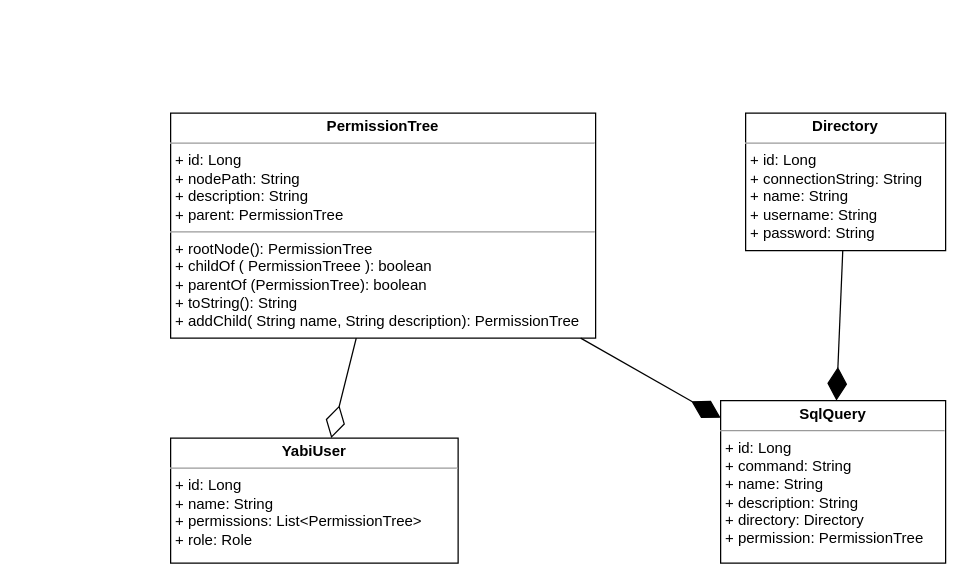
The draw.io diagram images/diagramas/class_full.drawio in hydrocat/Master-Project, before the edit. Source tidied: cells renumbered, new cells numbered last; positions are measured from the earlier drawing's top-left corner, leaving out a move shared by most shapes. Both pictures are drawn from the tidied source at 125%, with x=0, y=0 at pixel (170, 112).
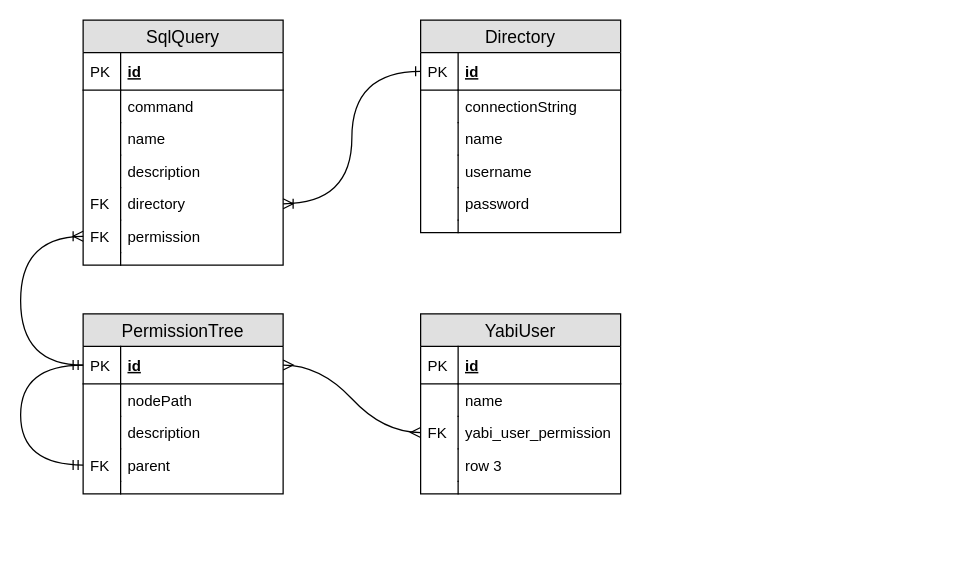
The same page after the edit.

Diff of the diagram source:
```diff
@@
-    <mxCell id="2" value="&lt;p style=&quot;margin: 0px ; margin-top: 4px ; text-align: center&quot;&gt;&lt;b&gt;Directory&lt;/b&gt;&lt;br&gt;&lt;/p&gt;&lt;hr size=&quot;1&quot;&gt;&lt;p style=&quot;margin: 0px ; margin-left: 4px&quot;&gt;+ id: Long&lt;/p&gt;&lt;p style=&quot;margin: 0px ; margin-left: 4px&quot;&gt;+ connectionString: String&lt;/p&gt;&lt;p style=&quot;margin: 0px ; margin-left: 4px&quot;&gt;+ name: String&lt;/p&gt;&lt;p style=&quot;margin: 0px ; margin-left: 4px&quot;&gt;+ username: String&lt;/p&gt;&lt;p style=&quot;margin: 0px ; margin-left: 4px&quot;&gt;+ password: String&lt;br&gt;&lt;/p&gt;" style="verticalAlign=top;align=left;overflow=fill;fontSize=12;fontFamily=Helvetica;html=1;" parent="1" vertex="1">
-      <mxGeometry x="460" width="160" height="110" as="geometry" />
-    </mxCell>
-    <mxCell id="3" value="&lt;p style=&quot;margin: 0px ; margin-top: 4px ; text-align: center&quot;&gt;&lt;b&gt;PermissionTree&lt;/b&gt;&lt;br&gt;&lt;/p&gt;&lt;hr size=&quot;1&quot;&gt;&lt;p style=&quot;margin: 0px ; margin-left: 4px&quot;&gt;+ id: Long&lt;/p&gt;&lt;p style=&quot;margin: 0px ; margin-left: 4px&quot;&gt;+ nodePath: String&lt;/p&gt;&lt;p style=&quot;margin: 0px ; margin-left: 4px&quot;&gt;+ description: String&lt;/p&gt;&lt;p style=&quot;margin: 0px ; margin-left: 4px&quot;&gt;+ parent: PermissionTree&lt;br&gt;&lt;/p&gt;&lt;hr size=&quot;1&quot;&gt;&lt;p style=&quot;margin: 0px ; margin-left: 4px&quot;&gt;+ rootNode(): PermissionTree&lt;/p&gt;&lt;p style=&quot;margin: 0px ; margin-left: 4px&quot;&gt;+ childOf ( PermissionTreee ): boolean&lt;/p&gt;&lt;p style=&quot;margin: 0px ; margin-left: 4px&quot;&gt;+ parentOf (PermissionTree): boolean&lt;/p&gt;&lt;p style=&quot;margin: 0px ; margin-left: 4px&quot;&gt;+ toString(): String&lt;/p&gt;&lt;p style=&quot;margin: 0px ; margin-left: 4px&quot;&gt;+ addChild( String name, String description): PermissionTree&lt;br&gt;&lt;/p&gt;" style="verticalAlign=top;align=left;overflow=fill;fontSize=12;fontFamily=Helvetica;html=1;" parent="1" vertex="1">
-      <mxGeometry width="340" height="180" as="geometry" />
-    </mxCell>
-    <mxCell id="4" value="&lt;p style=&quot;margin: 0px ; margin-top: 4px ; text-align: center&quot;&gt;&lt;b&gt;SqlQuery&lt;/b&gt;&lt;/p&gt;&lt;hr size=&quot;1&quot;&gt;&lt;p style=&quot;margin: 0px ; margin-left: 4px&quot;&gt;+ id: Long&lt;/p&gt;&lt;p style=&quot;margin: 0px ; margin-left: 4px&quot;&gt;+ command: String&lt;/p&gt;&lt;p style=&quot;margin: 0px ; margin-left: 4px&quot;&gt;+ name: String&lt;/p&gt;&lt;p style=&quot;margin: 0px ; margin-left: 4px&quot;&gt;+ description: String&lt;/p&gt;&lt;p style=&quot;margin: 0px ; margin-left: 4px&quot;&gt;+ directory: Directory&lt;/p&gt;&lt;p style=&quot;margin: 0px ; margin-left: 4px&quot;&gt;+ permission: PermissionTree&lt;/p&gt;" style="verticalAlign=top;align=left;overflow=fill;fontSize=12;fontFamily=Helvetica;html=1;" parent="1" vertex="1">
-      <mxGeometry x="440" y="230" width="180" height="130" as="geometry" />
-    </mxCell>
-    <mxCell id="5" value="&lt;p style=&quot;margin: 0px ; margin-top: 4px ; text-align: center&quot;&gt;&lt;b&gt;YabiUser&lt;br&gt;&lt;/b&gt;&lt;/p&gt;&lt;hr size=&quot;1&quot;&gt;&lt;p style=&quot;margin: 0px ; margin-left: 4px&quot;&gt;+ id: Long&lt;/p&gt;&lt;p style=&quot;margin: 0px ; margin-left: 4px&quot;&gt;+ name: String&lt;/p&gt;&lt;p style=&quot;margin: 0px ; margin-left: 4px&quot;&gt;+ permissions: List&amp;lt;PermissionTree&amp;gt;&lt;/p&gt;&lt;p style=&quot;margin: 0px ; margin-left: 4px&quot;&gt;+ role: Role&lt;br&gt;&lt;/p&gt;" style="verticalAlign=top;align=left;overflow=fill;fontSize=12;fontFamily=Helvetica;html=1;" parent="1" vertex="1">
-      <mxGeometry y="260" width="230" height="100" as="geometry" />
-    </mxCell>
-    <mxCell id="6" style="endArrow=diamondThin;endFill=1;endSize=24;html=1;" parent="1" edge="1" source="3" target="4">
-      <mxGeometry relative="1" as="geometry" />
-    </mxCell>
-    <mxCell id="7" style="endArrow=diamondThin;endFill=0;endSize=24;html=1;" parent="1" edge="1">
-      <mxGeometry relative="1" as="geometry">
-        <mxPoint x="148.5" y="180" as="sourcePoint" />
-        <mxPoint x="128.5" y="260" as="targetPoint" />
-      </mxGeometry>
-    </mxCell>
-    <mxCell id="8" style="endArrow=diamondThin;endFill=1;endSize=24;html=1;" parent="1" edge="1" source="2" target="4">
-      <mxGeometry relative="1" as="geometry" />
-    </mxCell>
+    <mxCell id="9" value="PermissionTree" style="swimlane;fontStyle=0;horizontal=1;startSize=26;fillColor=#e0e0e0;swimlaneFillColor=#ffffff;align=center;fontSize=14;" parent="1" vertex="1">
+      <mxGeometry x="-70" y="160.5" width="160" height="144" as="geometry" />
+    </mxCell>
+    <mxCell id="10" value="id" style="shape=partialRectangle;top=0;left=0;right=0;bottom=1;align=left;verticalAlign=middle;fillColor=none;spacingLeft=34;spacingRight=4;overflow=hidden;points=[[0,0.5],[1,0.5]];portConstraint=eastwest;fontStyle=5;fontSize=12;" parent="9" vertex="1">
+      <mxGeometry y="26" width="160" height="30" as="geometry" />
+    </mxCell>
+    <mxCell id="11" value="PK" style="shape=partialRectangle;top=0;left=0;bottom=0;fillColor=none;align=left;verticalAlign=middle;spacingLeft=4;spacingRight=4;overflow=hidden;fontSize=12;" parent="10" vertex="1">
+      <mxGeometry width="30" height="30" as="geometry" />
+    </mxCell>
+    <mxCell id="12" value="nodePath" style="shape=partialRectangle;top=0;left=0;right=0;bottom=0;align=left;verticalAlign=top;fillColor=none;spacingLeft=34;spacingRight=4;overflow=hidden;fontSize=12;" parent="9" vertex="1">
+      <mxGeometry y="56" width="160" height="26" as="geometry" />
+    </mxCell>
+    <mxCell id="13" style="shape=partialRectangle;top=0;left=0;bottom=0;fillColor=none;align=left;verticalAlign=top;spacingLeft=4;spacingRight=4;overflow=hidden;fontSize=12;" parent="12" vertex="1">
+      <mxGeometry width="30" height="26" as="geometry" />
+    </mxCell>
+    <mxCell id="14" value="description" style="shape=partialRectangle;top=0;left=0;right=0;bottom=0;align=left;verticalAlign=top;fillColor=none;spacingLeft=34;spacingRight=4;overflow=hidden;fontSize=12;" parent="9" vertex="1">
+      <mxGeometry y="82" width="160" height="26" as="geometry" />
+    </mxCell>
+    <mxCell id="15" style="shape=partialRectangle;top=0;left=0;bottom=0;fillColor=none;align=left;verticalAlign=top;spacingLeft=4;spacingRight=4;overflow=hidden;fontSize=12;" parent="14" vertex="1">
+      <mxGeometry width="30" height="26" as="geometry" />
+    </mxCell>
+    <mxCell id="16" value="parent" style="shape=partialRectangle;top=0;left=0;right=0;bottom=0;align=left;verticalAlign=top;fillColor=none;spacingLeft=34;spacingRight=4;overflow=hidden;points=[[0,0.5],[1,0.5]];portConstraint=eastwest;fontSize=12;" parent="9" vertex="1">
+      <mxGeometry y="108" width="160" height="26" as="geometry" />
+    </mxCell>
+    <mxCell id="17" value="FK" style="shape=partialRectangle;top=0;left=0;bottom=0;fillColor=none;align=left;verticalAlign=top;spacingLeft=4;spacingRight=4;overflow=hidden;fontSize=12;" parent="16" vertex="1">
+      <mxGeometry width="30" height="26" as="geometry" />
+    </mxCell>
+    <mxCell id="18" style="shape=partialRectangle;top=0;left=0;right=0;bottom=0;align=left;verticalAlign=top;fillColor=none;spacingLeft=34;spacingRight=4;overflow=hidden;fontSize=12;" parent="9" vertex="1">
+      <mxGeometry y="134" width="160" height="10" as="geometry" />
+    </mxCell>
+    <mxCell id="19" style="shape=partialRectangle;top=0;left=0;bottom=0;fillColor=none;align=left;verticalAlign=top;spacingLeft=4;spacingRight=4;overflow=hidden;fontSize=12;" parent="18" vertex="1">
+      <mxGeometry width="30" height="10" as="geometry" />
+    </mxCell>
+    <mxCell id="20" style="fontSize=12;html=1;endArrow=ERmandOne;startArrow=ERmandOne;edgeStyle=elbowEdgeStyle;entryX=0;entryY=0.5;entryDx=0;entryDy=0;curved=1;" parent="9" edge="1" source="16" target="10">
+      <mxGeometry relative="1" as="geometry">
+        <Array as="points">
+          <mxPoint x="-50" y="90" />
+        </Array>
+      </mxGeometry>
+    </mxCell>
+    <mxCell id="21" value="YabiUser" style="swimlane;fontStyle=0;horizontal=1;startSize=26;fillColor=#e0e0e0;swimlaneFillColor=#ffffff;align=center;fontSize=14;" parent="1" vertex="1">
+      <mxGeometry x="200" y="160.5" width="160" height="144" as="geometry" />
+    </mxCell>
+    <mxCell id="22" value="id" style="shape=partialRectangle;top=0;left=0;right=0;bottom=1;align=left;verticalAlign=middle;fillColor=none;spacingLeft=34;spacingRight=4;overflow=hidden;fontStyle=5;fontSize=12;" parent="21" vertex="1">
+      <mxGeometry y="26" width="160" height="30" as="geometry" />
+    </mxCell>
+    <mxCell id="23" value="PK" style="shape=partialRectangle;top=0;left=0;bottom=0;fillColor=none;align=left;verticalAlign=middle;spacingLeft=4;spacingRight=4;overflow=hidden;fontSize=12;" parent="22" vertex="1">
+      <mxGeometry width="30" height="30" as="geometry" />
+    </mxCell>
+    <mxCell id="24" value="name" style="shape=partialRectangle;top=0;left=0;right=0;bottom=0;align=left;verticalAlign=top;fillColor=none;spacingLeft=34;spacingRight=4;overflow=hidden;fontSize=12;" parent="21" vertex="1">
+      <mxGeometry y="56" width="160" height="26" as="geometry" />
+    </mxCell>
+    <mxCell id="25" style="shape=partialRectangle;top=0;left=0;bottom=0;fillColor=none;align=left;verticalAlign=top;spacingLeft=4;spacingRight=4;overflow=hidden;fontSize=12;" parent="24" vertex="1">
+      <mxGeometry width="30" height="26" as="geometry" />
+    </mxCell>
+    <mxCell id="26" value="yabi_user_permission" style="shape=partialRectangle;top=0;left=0;right=0;bottom=0;align=left;verticalAlign=top;fillColor=none;spacingLeft=34;spacingRight=4;overflow=hidden;points=[[0,0.5],[1,0.5]];portConstraint=eastwest;fontSize=12;" parent="21" vertex="1">
+      <mxGeometry y="82" width="160" height="26" as="geometry" />
+    </mxCell>
+    <mxCell id="27" value="FK" style="shape=partialRectangle;top=0;left=0;bottom=0;fillColor=none;align=left;verticalAlign=top;spacingLeft=4;spacingRight=4;overflow=hidden;fontSize=12;" parent="26" vertex="1">
+      <mxGeometry width="30" height="26" as="geometry" />
+    </mxCell>
+    <mxCell id="28" value="row 3" style="shape=partialRectangle;top=0;left=0;right=0;bottom=0;align=left;verticalAlign=top;fillColor=none;spacingLeft=34;spacingRight=4;overflow=hidden;fontSize=12;" parent="21" vertex="1">
+      <mxGeometry y="108" width="160" height="26" as="geometry" />
+    </mxCell>
+    <mxCell id="29" style="shape=partialRectangle;top=0;left=0;bottom=0;fillColor=none;align=left;verticalAlign=top;spacingLeft=4;spacingRight=4;overflow=hidden;fontSize=12;" parent="28" vertex="1">
+      <mxGeometry width="30" height="26" as="geometry" />
+    </mxCell>
+    <mxCell id="30" style="shape=partialRectangle;top=0;left=0;right=0;bottom=0;align=left;verticalAlign=top;fillColor=none;spacingLeft=34;spacingRight=4;overflow=hidden;fontSize=12;" parent="21" vertex="1">
+      <mxGeometry y="134" width="160" height="10" as="geometry" />
+    </mxCell>
+    <mxCell id="31" style="shape=partialRectangle;top=0;left=0;bottom=0;fillColor=none;align=left;verticalAlign=top;spacingLeft=4;spacingRight=4;overflow=hidden;fontSize=12;" parent="30" vertex="1">
+      <mxGeometry width="30" height="10" as="geometry" />
+    </mxCell>
+    <mxCell id="32" value="Directory" style="swimlane;fontStyle=0;horizontal=1;startSize=26;fillColor=#e0e0e0;swimlaneFillColor=#ffffff;align=center;fontSize=14;" parent="1" vertex="1">
+      <mxGeometry x="200" y="-74.5" width="160" height="170" as="geometry" />
+    </mxCell>
+    <mxCell id="33" value="id" style="shape=partialRectangle;top=0;left=0;right=0;bottom=1;align=left;verticalAlign=middle;fillColor=none;spacingLeft=34;spacingRight=4;overflow=hidden;points=[[0,0.5],[1,0.5]];portConstraint=eastwest;fontStyle=5;fontSize=12;" parent="32" vertex="1">
+      <mxGeometry y="26" width="160" height="30" as="geometry" />
+    </mxCell>
+    <mxCell id="34" value="PK" style="shape=partialRectangle;top=0;left=0;bottom=0;fillColor=none;align=left;verticalAlign=middle;spacingLeft=4;spacingRight=4;overflow=hidden;fontSize=12;" parent="33" vertex="1">
+      <mxGeometry width="30" height="30" as="geometry" />
+    </mxCell>
+    <mxCell id="35" value="connectionString" style="shape=partialRectangle;top=0;left=0;right=0;bottom=0;align=left;verticalAlign=top;fillColor=none;spacingLeft=34;spacingRight=4;overflow=hidden;fontSize=12;" parent="32" vertex="1">
+      <mxGeometry y="56" width="160" height="26" as="geometry" />
+    </mxCell>
+    <mxCell id="36" style="shape=partialRectangle;top=0;left=0;bottom=0;fillColor=none;align=left;verticalAlign=top;spacingLeft=4;spacingRight=4;overflow=hidden;fontSize=12;" parent="35" vertex="1">
+      <mxGeometry width="30" height="26" as="geometry" />
+    </mxCell>
+    <mxCell id="37" value="name&#10;" style="shape=partialRectangle;top=0;left=0;right=0;bottom=0;align=left;verticalAlign=top;fillColor=none;spacingLeft=34;spacingRight=4;overflow=hidden;fontSize=12;" parent="32" vertex="1">
+      <mxGeometry y="82" width="160" height="26" as="geometry" />
+    </mxCell>
+    <mxCell id="38" style="shape=partialRectangle;top=0;left=0;bottom=0;fillColor=none;align=left;verticalAlign=top;spacingLeft=4;spacingRight=4;overflow=hidden;fontSize=12;" parent="37" vertex="1">
+      <mxGeometry width="30" height="26" as="geometry" />
+    </mxCell>
+    <mxCell id="39" value="username" style="shape=partialRectangle;top=0;left=0;right=0;bottom=0;align=left;verticalAlign=top;fillColor=none;spacingLeft=34;spacingRight=4;overflow=hidden;fontSize=12;" parent="32" vertex="1">
+      <mxGeometry y="108" width="160" height="26" as="geometry" />
+    </mxCell>
+    <mxCell id="40" style="shape=partialRectangle;top=0;left=0;bottom=0;fillColor=none;align=left;verticalAlign=top;spacingLeft=4;spacingRight=4;overflow=hidden;fontSize=12;" parent="39" vertex="1">
+      <mxGeometry width="30" height="26" as="geometry" />
+    </mxCell>
+    <mxCell id="41" value="password" style="shape=partialRectangle;top=0;left=0;right=0;bottom=0;align=left;verticalAlign=top;fillColor=none;spacingLeft=34;spacingRight=4;overflow=hidden;fontSize=12;" parent="32" vertex="1">
+      <mxGeometry y="134" width="160" height="26" as="geometry" />
+    </mxCell>
+    <mxCell id="42" style="shape=partialRectangle;top=0;left=0;bottom=0;fillColor=none;align=left;verticalAlign=top;spacingLeft=4;spacingRight=4;overflow=hidden;fontSize=12;" parent="41" vertex="1">
+      <mxGeometry width="30" height="26" as="geometry" />
+    </mxCell>
+    <mxCell id="43" style="shape=partialRectangle;top=0;left=0;right=0;bottom=0;align=left;verticalAlign=top;fillColor=none;spacingLeft=34;spacingRight=4;overflow=hidden;fontSize=12;" parent="32" vertex="1">
+      <mxGeometry y="160" width="160" height="10" as="geometry" />
+    </mxCell>
+    <mxCell id="44" style="shape=partialRectangle;top=0;left=0;bottom=0;fillColor=none;align=left;verticalAlign=top;spacingLeft=4;spacingRight=4;overflow=hidden;fontSize=12;" parent="43" vertex="1">
+      <mxGeometry width="30" height="10" as="geometry" />
+    </mxCell>
+    <mxCell id="45" value="SqlQuery" style="swimlane;fontStyle=0;horizontal=1;startSize=26;fillColor=#e0e0e0;swimlaneFillColor=#ffffff;align=center;fontSize=14;" parent="1" vertex="1">
+      <mxGeometry x="-70" y="-74.5" width="160" height="196" as="geometry" />
+    </mxCell>
+    <mxCell id="46" value="id" style="shape=partialRectangle;top=0;left=0;right=0;bottom=1;align=left;verticalAlign=middle;fillColor=none;spacingLeft=34;spacingRight=4;overflow=hidden;fontStyle=5;fontSize=12;" parent="45" vertex="1">
+      <mxGeometry y="26" width="160" height="30" as="geometry" />
+    </mxCell>
+    <mxCell id="47" value="PK" style="shape=partialRectangle;top=0;left=0;bottom=0;fillColor=none;align=left;verticalAlign=middle;spacingLeft=4;spacingRight=4;overflow=hidden;fontSize=12;" parent="46" vertex="1">
+      <mxGeometry width="30" height="30" as="geometry" />
+    </mxCell>
+    <mxCell id="48" value="command&#10;" style="shape=partialRectangle;top=0;left=0;right=0;bottom=0;align=left;verticalAlign=top;fillColor=none;spacingLeft=34;spacingRight=4;overflow=hidden;fontSize=12;" parent="45" vertex="1">
+      <mxGeometry y="56" width="160" height="26" as="geometry" />
+    </mxCell>
+    <mxCell id="49" style="shape=partialRectangle;top=0;left=0;bottom=0;fillColor=none;align=left;verticalAlign=top;spacingLeft=4;spacingRight=4;overflow=hidden;fontSize=12;" parent="48" vertex="1">
+      <mxGeometry width="30" height="26" as="geometry" />
+    </mxCell>
+    <mxCell id="50" value="name" style="shape=partialRectangle;top=0;left=0;right=0;bottom=0;align=left;verticalAlign=top;fillColor=none;spacingLeft=34;spacingRight=4;overflow=hidden;fontSize=12;" parent="45" vertex="1">
+      <mxGeometry y="82" width="160" height="26" as="geometry" />
+    </mxCell>
+    <mxCell id="51" style="shape=partialRectangle;top=0;left=0;bottom=0;fillColor=none;align=left;verticalAlign=top;spacingLeft=4;spacingRight=4;overflow=hidden;fontSize=12;" parent="50" vertex="1">
+      <mxGeometry width="30" height="26" as="geometry" />
+    </mxCell>
+    <mxCell id="52" value="description" style="shape=partialRectangle;top=0;left=0;right=0;bottom=0;align=left;verticalAlign=top;fillColor=none;spacingLeft=34;spacingRight=4;overflow=hidden;fontSize=12;" parent="45" vertex="1">
+      <mxGeometry y="108" width="160" height="26" as="geometry" />
+    </mxCell>
+    <mxCell id="53" style="shape=partialRectangle;top=0;left=0;bottom=0;fillColor=none;align=left;verticalAlign=top;spacingLeft=4;spacingRight=4;overflow=hidden;fontSize=12;" parent="52" vertex="1">
+      <mxGeometry width="30" height="26" as="geometry" />
+    </mxCell>
+    <mxCell id="54" value="directory" style="shape=partialRectangle;top=0;left=0;right=0;bottom=0;align=left;verticalAlign=top;fillColor=none;spacingLeft=34;spacingRight=4;overflow=hidden;points=[[0,0.5],[1,0.5]];portConstraint=eastwest;fontSize=12;" parent="45" vertex="1">
+      <mxGeometry y="134" width="160" height="26" as="geometry" />
+    </mxCell>
+    <mxCell id="55" value="FK" style="shape=partialRectangle;top=0;left=0;bottom=0;fillColor=none;align=left;verticalAlign=top;spacingLeft=4;spacingRight=4;overflow=hidden;fontSize=12;" parent="54" vertex="1">
+      <mxGeometry width="30" height="26" as="geometry" />
+    </mxCell>
+    <mxCell id="56" value="permission" style="shape=partialRectangle;top=0;left=0;right=0;bottom=0;align=left;verticalAlign=top;fillColor=none;spacingLeft=34;spacingRight=4;overflow=hidden;points=[[0,0.5],[1,0.5]];portConstraint=eastwest;fontSize=12;" parent="45" vertex="1">
+      <mxGeometry y="160" width="160" height="26" as="geometry" />
+    </mxCell>
+    <mxCell id="57" value="FK" style="shape=partialRectangle;top=0;left=0;bottom=0;fillColor=none;align=left;verticalAlign=top;spacingLeft=4;spacingRight=4;overflow=hidden;fontSize=12;" parent="56" vertex="1">
+      <mxGeometry width="30" height="26" as="geometry" />
+    </mxCell>
+    <mxCell id="58" style="shape=partialRectangle;top=0;left=0;right=0;bottom=0;align=left;verticalAlign=top;fillColor=none;spacingLeft=34;spacingRight=4;overflow=hidden;fontSize=12;" parent="45" vertex="1">
+      <mxGeometry y="186" width="160" height="10" as="geometry" />
+    </mxCell>
+    <mxCell id="59" style="shape=partialRectangle;top=0;left=0;bottom=0;fillColor=none;align=left;verticalAlign=top;spacingLeft=4;spacingRight=4;overflow=hidden;fontSize=12;" parent="58" vertex="1">
+      <mxGeometry width="30" height="10" as="geometry" />
+    </mxCell>
+    <mxCell id="60" style="edgeStyle=entityRelationEdgeStyle;fontSize=12;html=1;endArrow=ERmany;startArrow=ERmany;entryX=0;entryY=0.5;entryDx=0;entryDy=0;exitX=1;exitY=0.5;exitDx=0;exitDy=0;curved=1;" parent="1" edge="1" source="10" target="26">
+      <mxGeometry relative="1" as="geometry" />
+    </mxCell>
+    <mxCell id="61" style="edgeStyle=elbowEdgeStyle;fontSize=12;html=1;endArrow=ERoneToMany;curved=1;" parent="1" edge="1" source="10" target="56">
+      <mxGeometry relative="1" as="geometry">
+        <Array as="points">
+          <mxPoint x="-120" y="171.5" />
+        </Array>
+      </mxGeometry>
+    </mxCell>
+    <mxCell id="62" style="edgeStyle=elbowEdgeStyle;fontSize=12;html=1;endArrow=ERoneToMany;exitX=0;exitY=0.5;exitDx=0;exitDy=0;startArrow=ERone;startFill=0;curved=1;" parent="1" edge="1" source="33" target="54">
+      <mxGeometry relative="1" as="geometry" />
+    </mxCell>
```
